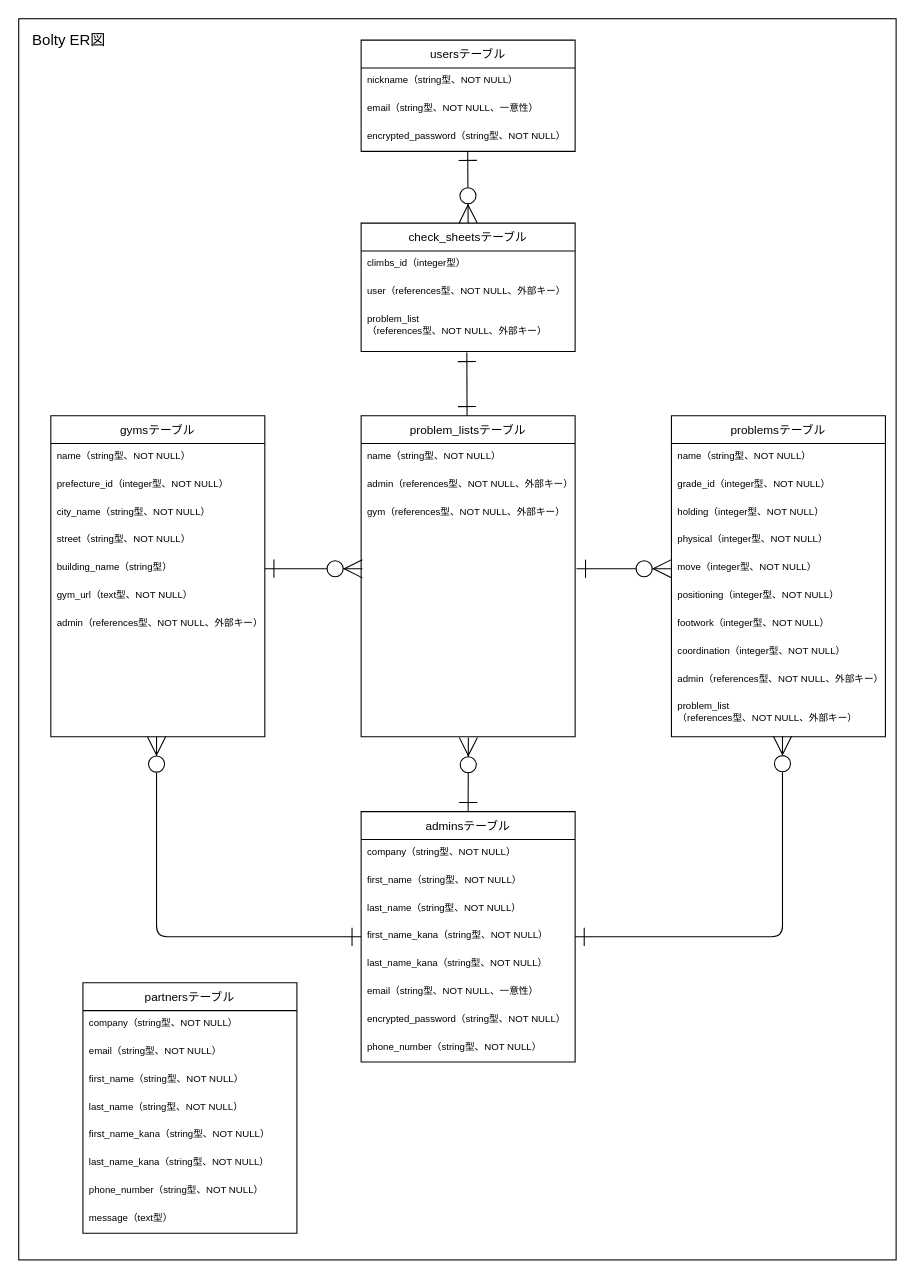
The draw.io diagram ER.drawio in kazukiwada01/bolty, before the edit. Source tidied: cells renumbered, new cells numbered last; positions are measured from the earlier drawing's top-left corner, leaving out a move shared by most shapes. Both pictures are drawn from the tidied source at 107%, with x=0, y=0 at pixel (18, 18).
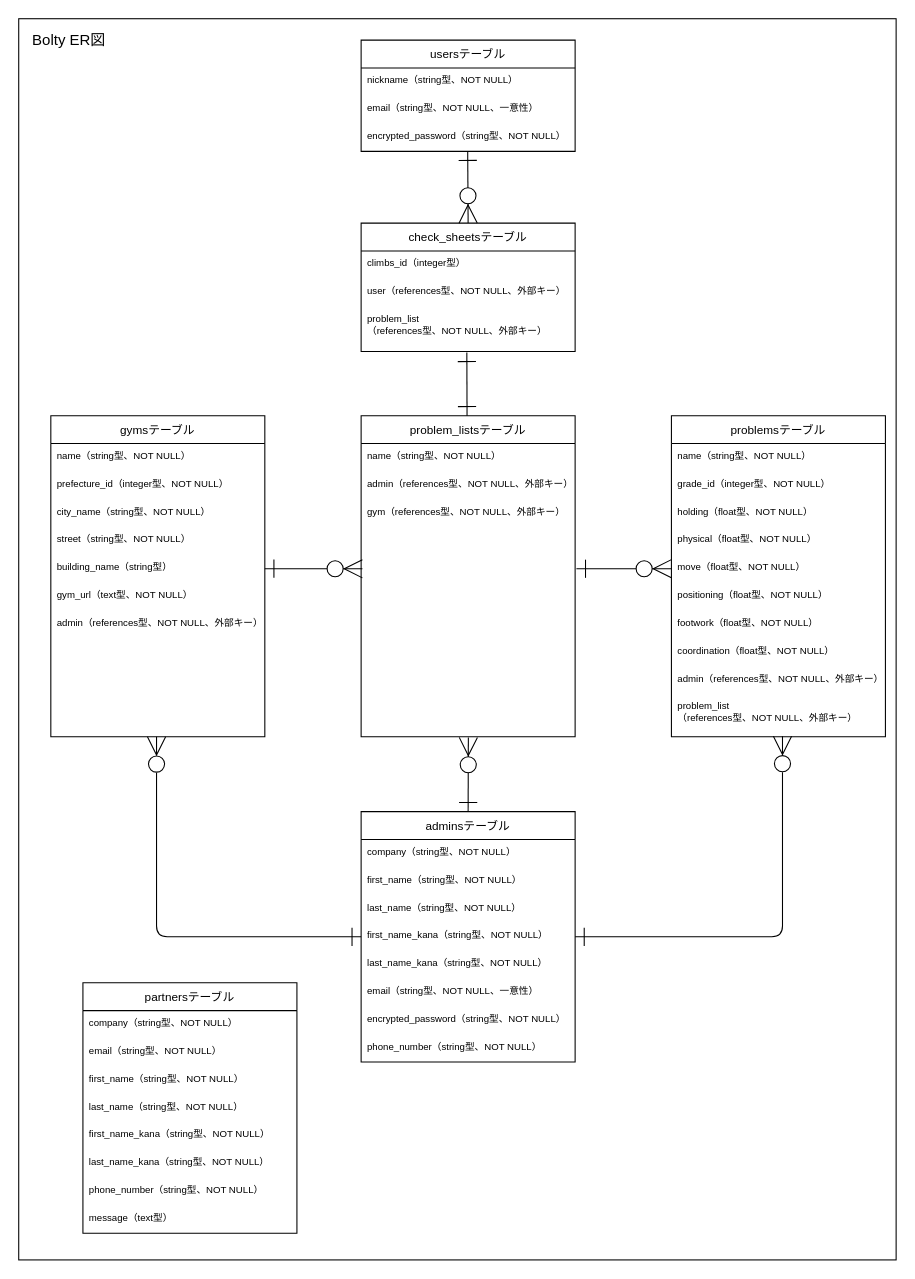
Above is the later version.

The change refers to these unchanged cells:
```xml
<mxCell id="25" value="problemsテーブル" style="swimlane;fontStyle=0;horizontal=1;startSize=26;fontSize=11;fillColor=#FFFFFF;fontColor=#000000;strokeColor=#000000;" parent="1" vertex="1">
  <mxGeometry x="610" y="371" width="200" height="300" as="geometry" />
</mxCell>
```

Change to the diagram source:
```diff
@@
-    <mxCell id="28" value="holding（integer型、NOT NULL）" style="text;strokeColor=none;fillColor=none;align=left;verticalAlign=top;spacingLeft=4;spacingRight=4;overflow=hidden;fontColor=#000000;fontSize=9;" parent="25" vertex="1">
+    <mxCell id="28" value="holding（float型、NOT NULL）" style="text;strokeColor=none;fillColor=none;align=left;verticalAlign=top;spacingLeft=4;spacingRight=4;overflow=hidden;fontColor=#000000;fontSize=9;" parent="25" vertex="1">
       <mxGeometry y="78" width="200" height="26" as="geometry" />
     </mxCell>
-    <mxCell id="29" value="physical（integer型、NOT NULL）" style="text;strokeColor=none;fillColor=none;align=left;verticalAlign=top;spacingLeft=4;spacingRight=4;overflow=hidden;fontColor=#000000;fontSize=9;" parent="25" vertex="1">
+    <mxCell id="29" value="physical（float型、NOT NULL）" style="text;strokeColor=none;fillColor=none;align=left;verticalAlign=top;spacingLeft=4;spacingRight=4;overflow=hidden;fontColor=#000000;fontSize=9;" parent="25" vertex="1">
       <mxGeometry y="104" width="200" height="26" as="geometry" />
     </mxCell>
-    <mxCell id="30" value="move（integer型、NOT NULL）" style="text;strokeColor=none;fillColor=none;align=left;verticalAlign=top;spacingLeft=4;spacingRight=4;overflow=hidden;points=[[0,0.5],[1,0.5]];portConstraint=eastwest;fontColor=#000000;fontSize=9;" parent="25" vertex="1">
+    <mxCell id="30" value="move（float型、NOT NULL）" style="text;strokeColor=none;fillColor=none;align=left;verticalAlign=top;spacingLeft=4;spacingRight=4;overflow=hidden;points=[[0,0.5],[1,0.5]];portConstraint=eastwest;fontColor=#000000;fontSize=9;" parent="25" vertex="1">
       <mxGeometry y="130" width="200" height="26" as="geometry" />
     </mxCell>
-    <mxCell id="31" value="positioning（integer型、NOT NULL）" style="text;strokeColor=none;fillColor=none;align=left;verticalAlign=top;spacingLeft=4;spacingRight=4;overflow=hidden;fontColor=#000000;fontSize=9;" parent="25" vertex="1">
+    <mxCell id="31" value="positioning（float型、NOT NULL）" style="text;strokeColor=none;fillColor=none;align=left;verticalAlign=top;spacingLeft=4;spacingRight=4;overflow=hidden;fontColor=#000000;fontSize=9;" parent="25" vertex="1">
       <mxGeometry y="156" width="200" height="26" as="geometry" />
     </mxCell>
-    <mxCell id="32" value="footwork（integer型、NOT NULL）" style="text;strokeColor=none;fillColor=none;align=left;verticalAlign=top;spacingLeft=4;spacingRight=4;overflow=hidden;fontColor=#000000;fontSize=9;" parent="25" vertex="1">
+    <mxCell id="32" value="footwork（float型、NOT NULL）" style="text;strokeColor=none;fillColor=none;align=left;verticalAlign=top;spacingLeft=4;spacingRight=4;overflow=hidden;fontColor=#000000;fontSize=9;" parent="25" vertex="1">
       <mxGeometry y="182" width="200" height="26" as="geometry" />
     </mxCell>
-    <mxCell id="33" value="coordination（integer型、NOT NULL）" style="text;strokeColor=none;fillColor=none;align=left;verticalAlign=top;spacingLeft=4;spacingRight=4;overflow=hidden;fontColor=#000000;fontSize=9;" parent="25" vertex="1">
+    <mxCell id="33" value="coordination（float型、NOT NULL）" style="text;strokeColor=none;fillColor=none;align=left;verticalAlign=top;spacingLeft=4;spacingRight=4;overflow=hidden;fontColor=#000000;fontSize=9;" parent="25" vertex="1">
       <mxGeometry y="208" width="200" height="26" as="geometry" />
     </mxCell>
```
